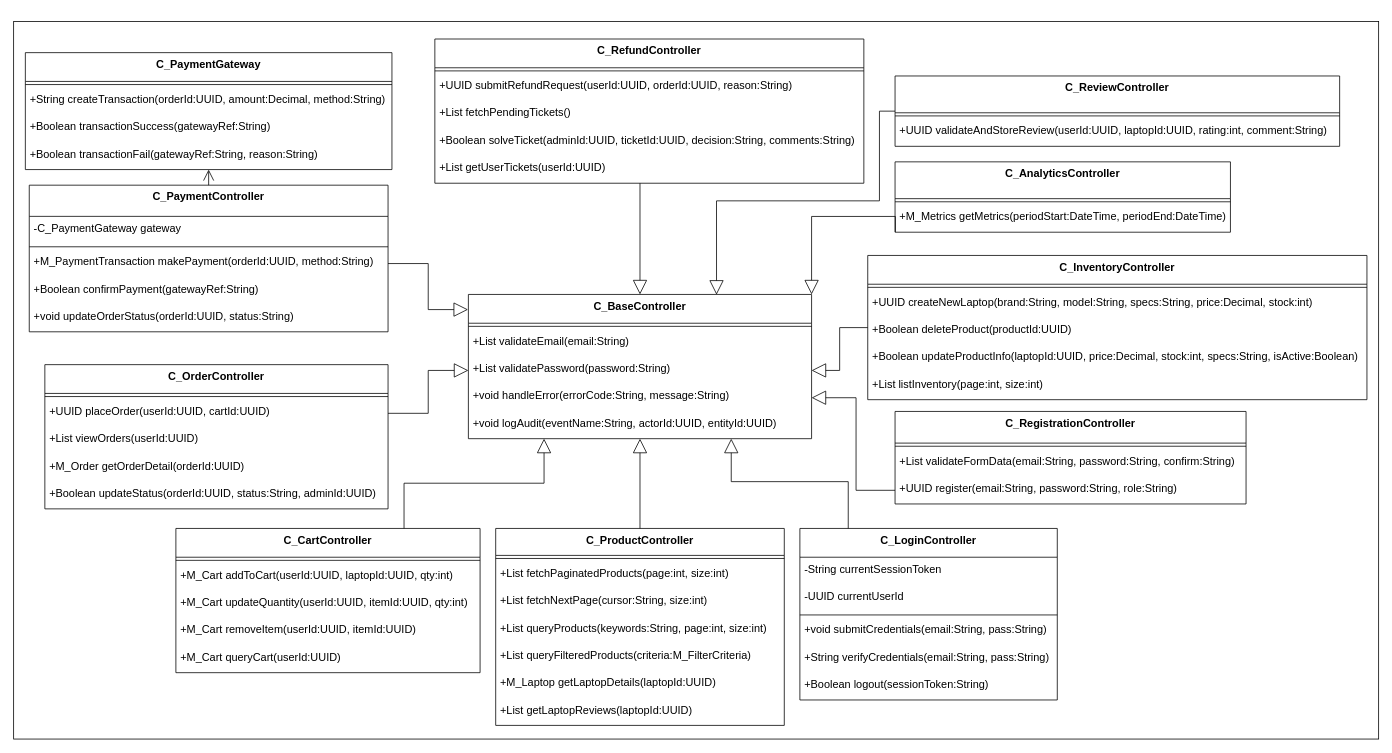
This is Package_Diagram/drawio/ControllerPackage_redrawn.drawio from auphong2707/PTTKHT-Final-Report, a draw.io file, before an edit. Source tidied: cells renumbered, new cells numbered last; positions are measured from the earlier drawing's top-left corner, leaving out a move shared by most shapes. Both pictures are drawn from the tidied source at 78%, with x=0, y=0 at pixel (13, 21).
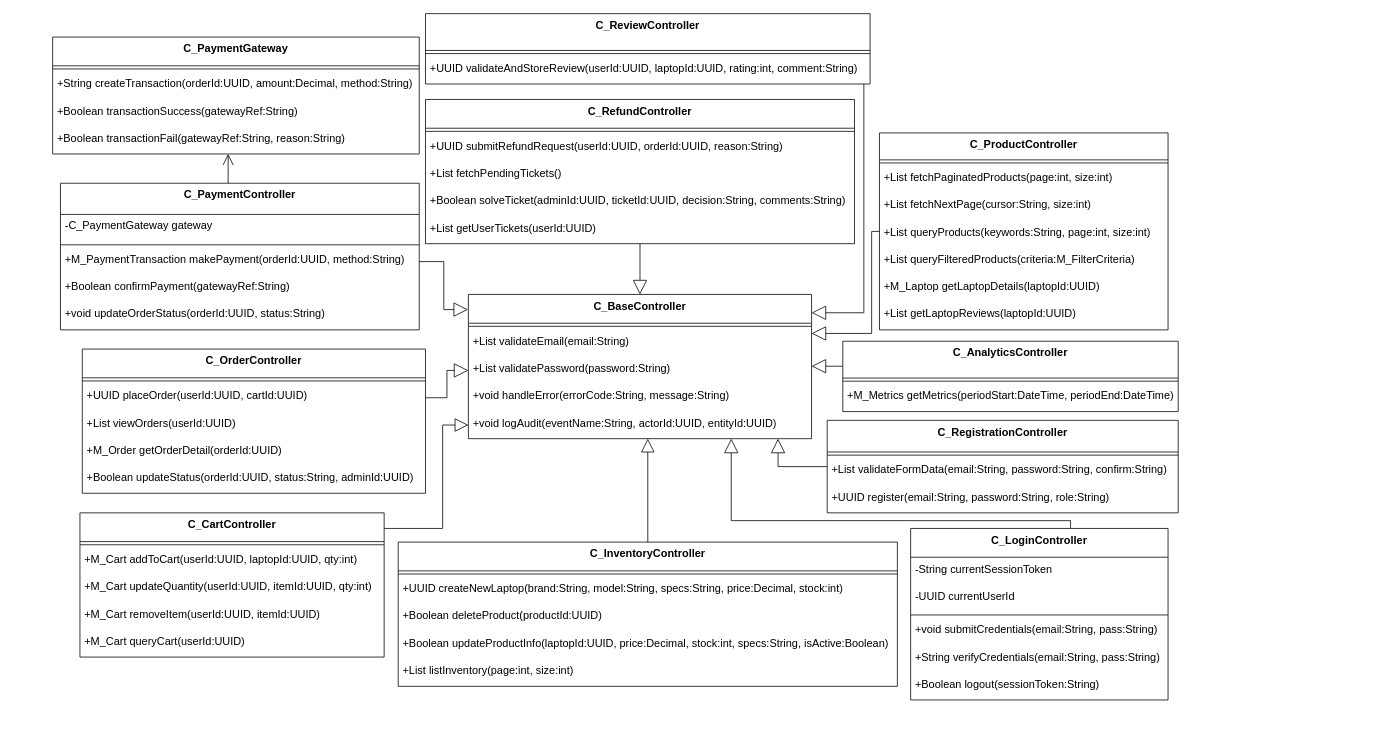
The same page after the edit.

Commit message (it also covers changes not shown here):
Fix the Model and Controller Package Diagram for consistency

The change refers to these unchanged cells:
```xml
<mxCell id="3" value="C_BaseController" style="swimlane;fontStyle=1;align=center;verticalAlign=top;horizontal=1;startSize=36.888888888888886;fontSize=14;" parent="1" vertex="1">
  <mxGeometry x="583" y="350" width="440" height="184.9" as="geometry" />
</mxCell>
<mxCell id="6" value="+List validatePassword(password:String)" style="text;strokeColor=none;fillColor=none;align=left;verticalAlign=top;spacingLeft=4;spacingRight=4;points=[[0,0.5],[1,0.5]];portConstraint=eastwest;whiteSpace=wrap;html=1;overflow=visible;fontSize=14;" parent="3" vertex="1">
  <mxGeometry y="79.9" width="440" height="35" as="geometry" />
</mxCell>
<mxCell id="7" value="+void handleError(errorCode:String, message:String)" style="text;strokeColor=none;fillColor=none;align=left;verticalAlign=top;spacingLeft=4;spacingRight=4;points=[[0,0.5],[1,0.5]];portConstraint=eastwest;whiteSpace=wrap;html=1;overflow=visible;fontSize=14;" parent="3" vertex="1">
  <mxGeometry y="114.9" width="440" height="35" as="geometry" />
</mxCell>
<mxCell id="8" value="+void logAudit(eventName:String, actorId:UUID, entityId:UUID)" style="text;strokeColor=none;fillColor=none;align=left;verticalAlign=top;spacingLeft=4;spacingRight=4;points=[[0,0.5],[1,0.5]];portConstraint=eastwest;whiteSpace=wrap;html=1;overflow=visible;fontSize=14;" parent="3" vertex="1">
  <mxGeometry y="149.9" width="440" height="35" as="geometry" />
</mxCell>
<mxCell id="12" value="+UUID register(email:String, password:String, role:String)" style="text;strokeColor=none;fillColor=none;align=left;verticalAlign=top;spacingLeft=4;spacingRight=4;points=[[0,0.5],[1,0.5]];portConstraint=eastwest;whiteSpace=wrap;html=1;overflow=visible;fontSize=14;" parent="9" vertex="1">
  <mxGeometry y="83.6" width="450" height="35" as="geometry" />
</mxCell>
<mxCell id="62" value="+M_Metrics getMetrics(periodStart:DateTime, periodEnd:DateTime)" style="text;strokeColor=none;fillColor=none;align=left;verticalAlign=top;spacingLeft=4;spacingRight=4;points=[[0,0.5],[1,0.5]];portConstraint=eastwest;whiteSpace=wrap;html=1;overflow=visible;fontSize=14;" parent="60" vertex="1">
  <mxGeometry y="55.2" width="430" height="35" as="geometry" />
</mxCell>
```

Diff of the diagram source:
```diff
@@
-    <mxCell id="2" style="rounded=0;whiteSpace=wrap;html=1;fontSize=14;" parent="1" vertex="1">
-      <mxGeometry width="1750" height="920" as="geometry" />
-    </mxCell>
@@
+    <mxCell id="80" style="edgeStyle=orthogonalEdgeStyle;rounded=0;jettySize=auto;html=1;endArrow=block;endFill=0;endSize=16;" parent="1" edge="1" source="9" target="3">
+      <mxGeometry relative="1" as="geometry">
+        <Array as="points">
+          <mxPoint x="980" y="571" />
+        </Array>
+      </mxGeometry>
+    </mxCell>
     <mxCell id="9" value="C_RegistrationController" style="swimlane;fontStyle=1;align=center;verticalAlign=top;horizontal=1;startSize=40.57142857142857;fontSize=14;" parent="1" vertex="1">
-      <mxGeometry x="1130" y="500" width="450" height="118.6" as="geometry" />
+      <mxGeometry x="1043" y="511.4" width="450" height="118.6" as="geometry" />
     </mxCell>
@@
     <mxCell id="13" value="C_LoginController" style="swimlane;fontStyle=1;align=center;verticalAlign=top;horizontal=1;startSize=36.888888888888886;fontSize=14;" parent="1" vertex="1">
-      <mxGeometry x="1008" y="650" width="330" height="219.9" as="geometry" />
+      <mxGeometry x="1150" y="650" width="330" height="219.9" as="geometry" />
     </mxCell>
@@
+    <mxCell id="81" style="edgeStyle=orthogonalEdgeStyle;rounded=0;jettySize=auto;html=1;endArrow=block;endFill=0;endSize=16;" parent="1" edge="1" source="20">
+      <mxGeometry relative="1" as="geometry">
+        <mxPoint x="1023" y="400" as="targetPoint" />
+        <Array as="points">
+          <mxPoint x="1100" y="269" />
+          <mxPoint x="1100" y="400" />
+          <mxPoint x="1023" y="400" />
+        </Array>
+      </mxGeometry>
+    </mxCell>
     <mxCell id="20" value="C_ProductController" style="swimlane;fontStyle=1;align=center;verticalAlign=top;horizontal=1;startSize=34.54545454545455;fontSize=14;" parent="1" vertex="1">
-      <mxGeometry x="618" y="650" width="370" height="252.5" as="geometry" />
+      <mxGeometry x="1110" y="142.9" width="370" height="252.5" as="geometry" />
     </mxCell>
@@
+    <mxCell id="82" style="edgeStyle=orthogonalEdgeStyle;rounded=0;jettySize=auto;html=1;entryX=0;entryY=0.5;entryDx=0;entryDy=0;endArrow=block;endFill=0;endSize=15;" parent="1" edge="1" source="28" target="8">
+      <mxGeometry relative="1" as="geometry">
+        <Array as="points">
+          <mxPoint x="550" y="650" />
+          <mxPoint x="550" y="517" />
+        </Array>
+      </mxGeometry>
+    </mxCell>
     <mxCell id="28" value="C_CartController" style="swimlane;fontStyle=1;align=center;verticalAlign=top;horizontal=1;startSize=36.888888888888886;fontSize=14;" parent="1" vertex="1">
-      <mxGeometry x="208" y="650" width="390" height="184.9" as="geometry" />
+      <mxGeometry x="85" y="630" width="390" height="184.9" as="geometry" />
     </mxCell>
@@
     <mxCell id="34" value="C_OrderController" style="swimlane;fontStyle=1;align=center;verticalAlign=top;horizontal=1;startSize=36.888888888888886;fontSize=14;" parent="1" vertex="1">
-      <mxGeometry x="40" y="440" width="440" height="184.9" as="geometry" />
+      <mxGeometry x="88" y="420" width="440" height="184.9" as="geometry" />
     </mxCell>
@@
     <mxCell id="40" value="C_PaymentGateway" style="swimlane;fontStyle=1;align=center;verticalAlign=top;horizontal=1;startSize=36.888888888888886;fontSize=14;" parent="1" vertex="1">
-      <mxGeometry x="15" y="40" width="470" height="149.9" as="geometry" />
+      <mxGeometry x="50" y="20" width="470" height="149.9" as="geometry" />
     </mxCell>
@@
     <mxCell id="45" value="C_PaymentController" style="swimlane;fontStyle=1;align=center;verticalAlign=top;horizontal=1;startSize=40;fontSize=14;" parent="1" vertex="1">
-      <mxGeometry x="20" y="209.9" width="460" height="188" as="geometry" />
+      <mxGeometry x="60" y="207.4" width="460" height="188" as="geometry" />
     </mxCell>
@@
+    <mxCell id="83" style="edgeStyle=orthogonalEdgeStyle;rounded=0;jettySize=auto;html=1;entryX=0.5;entryY=0;entryDx=0;entryDy=0;startSize=6;endArrow=block;endFill=0;endSize=16;" parent="1" edge="1" source="51" target="3">
+      <mxGeometry relative="1" as="geometry" />
+    </mxCell>
     <mxCell id="51" value="C_RefundController" style="swimlane;fontStyle=1;align=center;verticalAlign=top;horizontal=1;startSize=36.888888888888886;fontSize=14;" parent="1" vertex="1">
-      <mxGeometry x="540" y="22.5" width="550" height="184.9" as="geometry" />
+      <mxGeometry x="528" y="100" width="550" height="184.9" as="geometry" />
     </mxCell>
@@
     <mxCell id="57" value="C_ReviewController" style="swimlane;fontStyle=1;align=center;verticalAlign=top;horizontal=1;startSize=47.2;fontSize=14;" parent="1" vertex="1">
-      <mxGeometry x="1130" y="69.9" width="570" height="90.2" as="geometry" />
+      <mxGeometry x="528" y="-10" width="570" height="90.2" as="geometry" />
     </mxCell>
@@
+    <mxCell id="84" style="edgeStyle=orthogonalEdgeStyle;rounded=0;jettySize=auto;html=1;endArrow=block;endFill=0;endSize=16;" parent="1" edge="1" source="60" target="3">
+      <mxGeometry relative="1" as="geometry">
+        <Array as="points">
+          <mxPoint x="1050" y="442" />
+          <mxPoint x="1050" y="442" />
+        </Array>
+      </mxGeometry>
+    </mxCell>
     <mxCell id="60" value="C_AnalyticsController" style="swimlane;fontStyle=1;align=center;verticalAlign=top;horizontal=1;startSize=47.2;fontSize=14;" parent="1" vertex="1">
-      <mxGeometry x="1130" y="180" width="430" height="90.2" as="geometry" />
+      <mxGeometry x="1063" y="410" width="430" height="90.2" as="geometry" />
     </mxCell>
@@
+    <mxCell id="85" style="edgeStyle=orthogonalEdgeStyle;rounded=0;jettySize=auto;html=1;endArrow=block;endFill=0;endSize=15;" parent="1" edge="1" source="63" target="3">
+      <mxGeometry relative="1" as="geometry">
+        <Array as="points">
+          <mxPoint x="803" y="670" />
+          <mxPoint x="803" y="670" />
+        </Array>
+      </mxGeometry>
+    </mxCell>
     <mxCell id="63" value="C_InventoryController" style="swimlane;fontStyle=1;align=center;verticalAlign=top;horizontal=1;startSize=36.888888888888886;fontSize=14;" parent="1" vertex="1">
-      <mxGeometry x="1095" y="300" width="640" height="184.9" as="geometry" />
+      <mxGeometry x="493" y="667.5" width="640" height="184.9" as="geometry" />
     </mxCell>
@@
-    <mxCell id="69" style="startArrow=block;startSize=16;startFill=0;endArrow=none;exitX=1;exitY=0.5;entryX=0;entryY=0.5;exitDx=0;exitDy=0;entryDx=0;entryDy=0;edgeStyle=orthogonalEdgeStyle;rounded=0;curved=0;fontSize=14;" parent="1" edge="1" source="7" target="12">
-      <mxGeometry relative="1" as="geometry">
-        <Array as="points">
-          <mxPoint x="1080" y="482" />
-          <mxPoint x="1080" y="601" />
-        </Array>
-      </mxGeometry>
-    </mxCell>
     <mxCell id="70" style="startArrow=block;startSize=16;startFill=0;endArrow=none;edgeStyle=orthogonalEdgeStyle;rounded=0;curved=0;fontSize=14;" parent="1" edge="1" source="3" target="13">
       <mxGeometry relative="1" as="geometry">
         <Array as="points">
-          <mxPoint x="920" y="590" />
-          <mxPoint x="1070" y="590" />
+          <mxPoint x="920" y="640" />
+          <mxPoint x="1355" y="640" />
         </Array>
       </mxGeometry>
     </mxCell>
-    <mxCell id="71" style="startArrow=block;startSize=16;startFill=0;endArrow=none;entryX=0.5;entryY=0;edgeStyle=orthogonalEdgeStyle;rounded=0;curved=0;fontSize=14;" parent="1" edge="1" source="3" target="20">
-      <mxGeometry relative="1" as="geometry" />
-    </mxCell>
-    <mxCell id="72" style="startArrow=block;startSize=16;startFill=0;endArrow=none;entryX=0.75;entryY=0;edgeStyle=orthogonalEdgeStyle;rounded=0;curved=0;fontSize=14;entryDx=0;entryDy=0;" parent="1" edge="1" source="3" target="28">
-      <mxGeometry relative="1" as="geometry">
-        <Array as="points">
-          <mxPoint x="680" y="592" />
-          <mxPoint x="501" y="592" />
-        </Array>
-      </mxGeometry>
-    </mxCell>
@@
-    <mxCell id="75" style="startArrow=block;startSize=16;startFill=0;endArrow=none;edgeStyle=orthogonalEdgeStyle;rounded=0;curved=0;fontSize=14;" parent="1" edge="1" source="3" target="51">
-      <mxGeometry relative="1" as="geometry">
-        <Array as="points">
-          <mxPoint x="803" y="137" />
-          <mxPoint x="800" y="137" />
-        </Array>
-      </mxGeometry>
-    </mxCell>
-    <mxCell id="76" style="startArrow=block;startSize=16;startFill=0;endArrow=none;exitX=0.723;exitY=0.002;exitDx=0;exitDy=0;exitPerimeter=0;edgeStyle=orthogonalEdgeStyle;rounded=0;curved=0;fontSize=14;" parent="1" edge="1" source="3" target="57">
-      <mxGeometry relative="1" as="geometry">
-        <Array as="points">
-          <mxPoint x="901" y="230" />
-          <mxPoint x="1110" y="230" />
-          <mxPoint x="1110" y="115" />
-        </Array>
-      </mxGeometry>
-    </mxCell>
-    <mxCell id="77" style="startArrow=block;startSize=16;startFill=0;endArrow=none;exitX=1;exitY=0;entryX=0.001;entryY=0.99;entryDx=0;entryDy=0;entryPerimeter=0;exitDx=0;exitDy=0;edgeStyle=orthogonalEdgeStyle;rounded=0;curved=0;fontSize=14;" parent="1" edge="1" source="3" target="62">
-      <mxGeometry relative="1" as="geometry">
-        <Array as="points">
-          <mxPoint x="1023" y="250" />
-          <mxPoint x="1130" y="250" />
-        </Array>
-      </mxGeometry>
-    </mxCell>
-    <mxCell id="78" style="startArrow=block;startSize=16;startFill=0;endArrow=none;exitX=1;exitY=0.5;exitDx=0;exitDy=0;edgeStyle=orthogonalEdgeStyle;rounded=0;curved=0;fontSize=14;" parent="1" edge="1" source="6" target="63">
-      <mxGeometry relative="1" as="geometry" />
-    </mxCell>
     <mxCell id="79" style="endArrow=open;endFill=1;endSize=12;html=1;edgeStyle=orthogonalEdgeStyle;rounded=0;curved=0;fontSize=14;" parent="1" edge="1" source="45" target="40">
-      <mxGeometry relative="1" as="geometry" />
+      <mxGeometry relative="1" as="geometry">
+        <Array as="points">
+          <mxPoint x="275" y="200" />
+          <mxPoint x="275" y="200" />
+        </Array>
+      </mxGeometry>
     </mxCell>
+    <mxCell id="86" style="edgeStyle=orthogonalEdgeStyle;rounded=0;jettySize=auto;html=1;entryX=1;entryY=0.127;entryDx=0;entryDy=0;entryPerimeter=0;endSize=16;endArrow=block;endFill=0;" parent="1" edge="1" source="57" target="3">
+      <mxGeometry relative="1" as="geometry">
+        <Array as="points">
+          <mxPoint x="1090" y="374" />
+        </Array>
+      </mxGeometry>
+    </mxCell>
```
